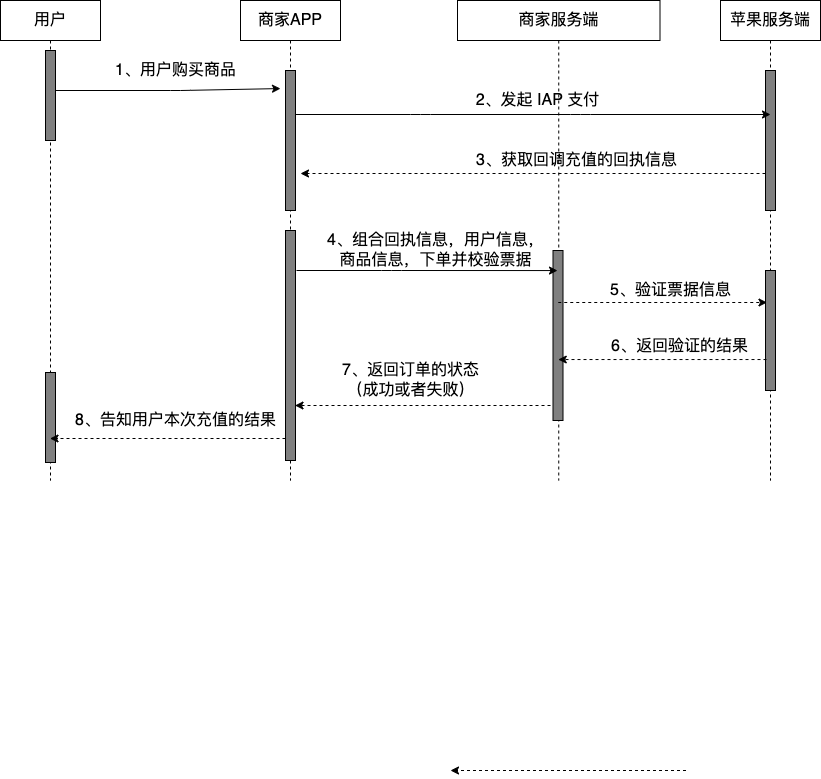
This is img/business/apple-iap-order-after.png from boilingfrog/Go-POINT, a draw.io export, as it was before one commit. Source tidied: cells renumbered, new cells last; positions are measured from the earlier drawing's top-left corner, leaving out a move shared by most shapes. The source it was exported from:
```xml
<mxGraphModel>
  <root>
    <mxCell id="0" />
    <mxCell id="1" parent="0" />
    <mxCell id="2" style="edgeStyle=none;html=1;fontSize=16;entryX=-0.5;entryY=0.129;entryDx=0;entryDy=0;entryPerimeter=0;" parent="1" edge="1" source="3" target="7">
      <mxGeometry relative="1" as="geometry">
        <Array as="points">
          <mxPoint x="180" y="90" />
        </Array>
      </mxGeometry>
    </mxCell>
    <mxCell id="3" value="&lt;font style=&quot;font-size: 16px&quot;&gt;用户&lt;/font&gt;" style="shape=umlLifeline;perimeter=lifelinePerimeter;whiteSpace=wrap;html=1;outlineConnect=0;" parent="1" vertex="1">
      <mxGeometry width="100" height="480" as="geometry" />
    </mxCell>
    <mxCell id="4" style="html=1;perimeter=orthogonalPerimeter;fillColor=#808080;" parent="3" vertex="1">
      <mxGeometry x="45" y="50" width="10" height="90" as="geometry" />
    </mxCell>
    <mxCell id="5" style="html=1;perimeter=orthogonalPerimeter;fillColor=#808080;" parent="3" vertex="1">
      <mxGeometry x="45" y="372" width="10" height="90" as="geometry" />
    </mxCell>
    <mxCell id="6" value="&lt;font style=&quot;font-size: 16px&quot;&gt;商家APP&lt;/font&gt;" style="shape=umlLifeline;perimeter=lifelinePerimeter;whiteSpace=wrap;html=1;" parent="1" vertex="1">
      <mxGeometry x="240" width="100" height="480" as="geometry" />
    </mxCell>
    <mxCell id="7" style="html=1;points=[];perimeter=orthogonalPerimeter;fillColor=#808080;" parent="6" vertex="1">
      <mxGeometry x="45" y="70" width="10" height="140" as="geometry" />
    </mxCell>
    <mxCell id="8" style="html=1;perimeter=orthogonalPerimeter;fillColor=#808080;" parent="6" vertex="1">
      <mxGeometry x="45" y="230" width="10" height="230" as="geometry" />
    </mxCell>
    <mxCell id="9" value="&lt;font style=&quot;font-size: 16px&quot;&gt;商家服务端&lt;/font&gt;" style="shape=umlLifeline;perimeter=lifelinePerimeter;whiteSpace=wrap;html=1;outlineConnect=0;" parent="1" vertex="1">
      <mxGeometry x="457" width="202.5" height="480" as="geometry" />
    </mxCell>
    <mxCell id="10" style="html=1;points=[];perimeter=orthogonalPerimeter;fillColor=#808080;" parent="9" vertex="1">
      <mxGeometry x="95.5" y="250" width="10" height="170" as="geometry" />
    </mxCell>
    <mxCell id="11" value="3、获取回调充值的回执信息" style="text;html=1;align=center;verticalAlign=middle;strokeColor=none;fillColor=none;fontSize=16;" parent="9" vertex="1">
      <mxGeometry x="8.5" y="150" width="220" height="20" as="geometry" />
    </mxCell>
    <mxCell id="12" value="2、发起 IAP 支付" style="text;html=1;align=center;verticalAlign=middle;strokeColor=none;fillColor=none;fontSize=16;" parent="9" vertex="1">
      <mxGeometry x="10" y="90" width="140" height="20" as="geometry" />
    </mxCell>
    <mxCell id="13" value="&lt;font style=&quot;font-size: 16px&quot;&gt;苹果服务端&lt;/font&gt;" style="shape=umlLifeline;perimeter=lifelinePerimeter;whiteSpace=wrap;html=1;" parent="1" vertex="1">
      <mxGeometry x="720" width="100" height="480" as="geometry" />
    </mxCell>
    <mxCell id="14" style="html=1;perimeter=orthogonalPerimeter;fillColor=#808080;" parent="13" vertex="1">
      <mxGeometry x="45" y="70" width="10" height="140" as="geometry" />
    </mxCell>
    <mxCell id="15" style="html=1;points=[];perimeter=orthogonalPerimeter;fillColor=#808080;" parent="13" vertex="1">
      <mxGeometry x="45" y="270" width="10" height="120" as="geometry" />
    </mxCell>
    <mxCell id="16" value="1、用户购买商品" style="text;html=1;align=center;verticalAlign=middle;strokeColor=none;fillColor=none;fontSize=16;" parent="1" vertex="1">
      <mxGeometry x="105" y="60" width="140" height="20" as="geometry" />
    </mxCell>
    <mxCell id="17" style="edgeStyle=none;html=1;fontSize=16;" parent="1" edge="1">
      <mxGeometry relative="1" as="geometry">
        <mxPoint x="295" y="114" as="sourcePoint" />
        <mxPoint x="770" y="114" as="targetPoint" />
        <Array as="points">
          <mxPoint x="420" y="114" />
          <mxPoint x="580" y="114" />
        </Array>
      </mxGeometry>
    </mxCell>
    <mxCell id="18" style="edgeStyle=none;html=1;fontSize=16;dashed=1;" parent="1" edge="1">
      <mxGeometry relative="1" as="geometry">
        <mxPoint x="765" y="173" as="sourcePoint" />
        <mxPoint x="300" y="173" as="targetPoint" />
        <Array as="points">
          <mxPoint x="540" y="173" />
          <mxPoint x="500" y="173" />
        </Array>
      </mxGeometry>
    </mxCell>
    <mxCell id="19" style="edgeStyle=none;html=1;fontSize=16;entryX=0.45;entryY=0.118;entryDx=0;entryDy=0;entryPerimeter=0;" parent="1" edge="1" target="10">
      <mxGeometry relative="1" as="geometry">
        <mxPoint x="296" y="270" as="sourcePoint" />
        <Array as="points">
          <mxPoint x="391" y="270" />
        </Array>
      </mxGeometry>
    </mxCell>
    <mxCell id="20" value="5、验证票据信息" style="text;html=1;align=center;verticalAlign=middle;strokeColor=none;fillColor=none;fontSize=16;" parent="1" vertex="1">
      <mxGeometry x="600" y="280" width="140" height="20" as="geometry" />
    </mxCell>
    <mxCell id="21" value="6、返回验证的结果" style="text;html=1;align=center;verticalAlign=middle;strokeColor=none;fillColor=none;fontSize=16;" parent="1" vertex="1">
      <mxGeometry x="604" y="336" width="150" height="20" as="geometry" />
    </mxCell>
    <mxCell id="22" value="7、返回订单的状态&lt;br&gt;（成功或者失败）" style="text;html=1;align=center;verticalAlign=middle;strokeColor=none;fillColor=none;fontSize=16;" parent="1" vertex="1">
      <mxGeometry x="335" y="360" width="150" height="40" as="geometry" />
    </mxCell>
    <mxCell id="23" value="8、告知用户本次充值的结果" style="text;html=1;align=center;verticalAlign=middle;strokeColor=none;fillColor=none;fontSize=16;" parent="1" vertex="1">
      <mxGeometry x="65" y="410" width="220" height="20" as="geometry" />
    </mxCell>
    <mxCell id="24" style="edgeStyle=none;html=1;dashed=1;fontSize=16;" parent="1" edge="1" source="9">
      <mxGeometry relative="1" as="geometry">
        <mxPoint x="766.5" y="302" as="targetPoint" />
      </mxGeometry>
    </mxCell>
    <mxCell id="25" style="edgeStyle=none;html=1;dashed=1;fontSize=16;exitX=0.1;exitY=0.742;exitDx=0;exitDy=0;exitPerimeter=0;" parent="1" edge="1" source="15" target="9">
      <mxGeometry relative="1" as="geometry" />
    </mxCell>
    <mxCell id="26" style="edgeStyle=none;html=1;dashed=1;fontSize=16;" parent="1" edge="1">
      <mxGeometry relative="1" as="geometry">
        <mxPoint x="550" y="405" as="sourcePoint" />
        <mxPoint x="294.5" y="405" as="targetPoint" />
      </mxGeometry>
    </mxCell>
    <mxCell id="27" style="edgeStyle=none;html=1;dashed=1;fontSize=16;" parent="1" edge="1">
      <mxGeometry relative="1" as="geometry">
        <mxPoint x="685.5" y="770" as="sourcePoint" />
        <mxPoint x="450" y="770" as="targetPoint" />
      </mxGeometry>
    </mxCell>
    <mxCell id="28" style="edgeStyle=none;html=1;dashed=1;fontSize=16;" parent="1" edge="1">
      <mxGeometry relative="1" as="geometry">
        <mxPoint x="285" y="438" as="sourcePoint" />
        <mxPoint x="49.5" y="438" as="targetPoint" />
      </mxGeometry>
    </mxCell>
    <mxCell id="29" value="4、组合回执信息，用户信息，&lt;br&gt;商品信息，下单并校验票据" style="text;html=1;align=center;verticalAlign=middle;strokeColor=none;fillColor=none;fontSize=16;" parent="1" vertex="1">
      <mxGeometry x="320" y="230" width="230" height="40" as="geometry" />
    </mxCell>
  </root>
</mxGraphModel>
```
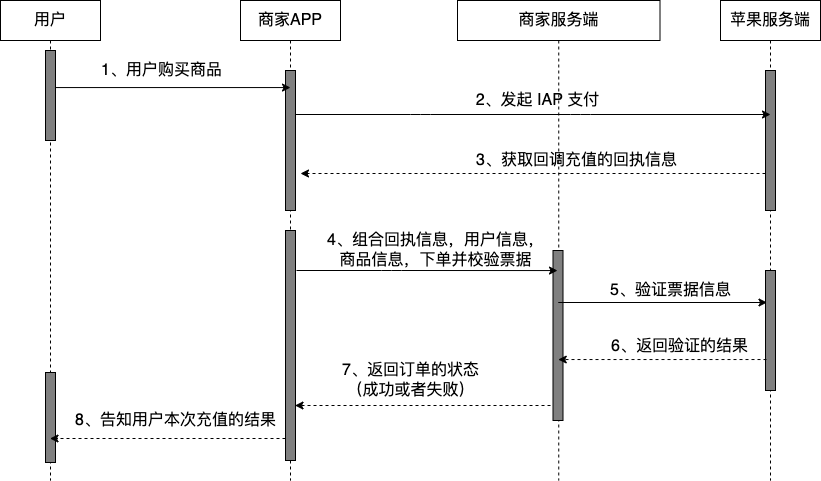
Later version of the same file.

Change to the diagram source:
```diff
@@ -2,13 +2,6 @@
   <root>
     <mxCell id="0" />
     <mxCell id="1" parent="0" />
-    <mxCell id="2" style="edgeStyle=none;html=1;fontSize=16;entryX=-0.5;entryY=0.129;entryDx=0;entryDy=0;entryPerimeter=0;" parent="1" edge="1" source="3" target="7">
-      <mxGeometry relative="1" as="geometry">
-        <Array as="points">
-          <mxPoint x="180" y="90" />
-        </Array>
-      </mxGeometry>
-    </mxCell>
     <mxCell id="3" value="&lt;font style=&quot;font-size: 16px&quot;&gt;用户&lt;/font&gt;" style="shape=umlLifeline;perimeter=lifelinePerimeter;whiteSpace=wrap;html=1;outlineConnect=0;" parent="1" vertex="1">
       <mxGeometry width="100" height="480" as="geometry" />
     </mxCell>
@@ -49,7 +42,7 @@
       <mxGeometry x="45" y="270" width="10" height="120" as="geometry" />
     </mxCell>
     <mxCell id="16" value="1、用户购买商品" style="text;html=1;align=center;verticalAlign=middle;strokeColor=none;fillColor=none;fontSize=16;" parent="1" vertex="1">
-      <mxGeometry x="105" y="60" width="140" height="20" as="geometry" />
+      <mxGeometry x="91" y="60" width="140" height="20" as="geometry" />
     </mxCell>
     <mxCell id="17" style="edgeStyle=none;html=1;fontSize=16;" parent="1" edge="1">
       <mxGeometry relative="1" as="geometry">
@@ -91,7 +84,7 @@
     <mxCell id="23" value="8、告知用户本次充值的结果" style="text;html=1;align=center;verticalAlign=middle;strokeColor=none;fillColor=none;fontSize=16;" parent="1" vertex="1">
       <mxGeometry x="65" y="410" width="220" height="20" as="geometry" />
     </mxCell>
-    <mxCell id="24" style="edgeStyle=none;html=1;dashed=1;fontSize=16;" parent="1" edge="1" source="9">
+    <mxCell id="24" style="edgeStyle=none;html=1;fontSize=16;" parent="1" edge="1" source="9">
       <mxGeometry relative="1" as="geometry">
         <mxPoint x="766.5" y="302" as="targetPoint" />
       </mxGeometry>
@@ -105,12 +98,6 @@
         <mxPoint x="294.5" y="405" as="targetPoint" />
       </mxGeometry>
     </mxCell>
-    <mxCell id="27" style="edgeStyle=none;html=1;dashed=1;fontSize=16;" parent="1" edge="1">
-      <mxGeometry relative="1" as="geometry">
-        <mxPoint x="685.5" y="770" as="sourcePoint" />
-        <mxPoint x="450" y="770" as="targetPoint" />
-      </mxGeometry>
-    </mxCell>
     <mxCell id="28" style="edgeStyle=none;html=1;dashed=1;fontSize=16;" parent="1" edge="1">
       <mxGeometry relative="1" as="geometry">
         <mxPoint x="285" y="438" as="sourcePoint" />
@@ -120,5 +107,11 @@
     <mxCell id="29" value="4、组合回执信息，用户信息，&lt;br&gt;商品信息，下单并校验票据" style="text;html=1;align=center;verticalAlign=middle;strokeColor=none;fillColor=none;fontSize=16;" parent="1" vertex="1">
       <mxGeometry x="320" y="230" width="230" height="40" as="geometry" />
     </mxCell>
+    <mxCell id="30" style="edgeStyle=none;html=1;entryX=0.5;entryY=0.179;entryDx=0;entryDy=0;entryPerimeter=0;fontSize=16;" parent="1" edge="1">
+      <mxGeometry relative="1" as="geometry">
+        <mxPoint x="55" y="87.1" as="sourcePoint" />
+        <mxPoint x="290" y="87.1" as="targetPoint" />
+      </mxGeometry>
+    </mxCell>
   </root>
 </mxGraphModel>
```
